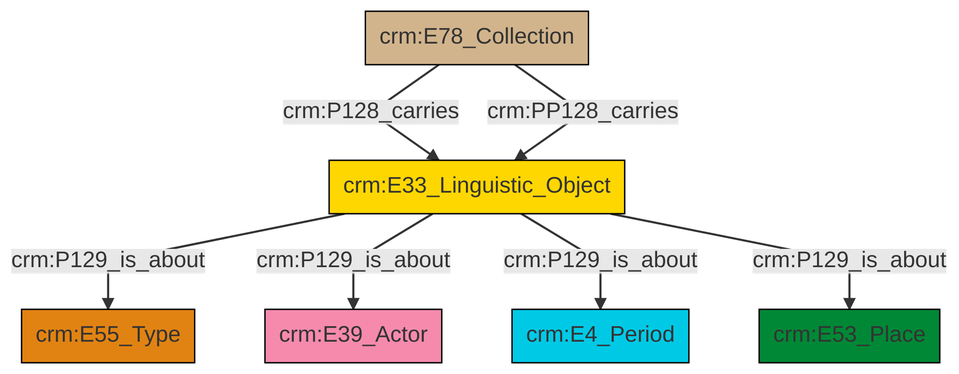
This is et/archivalCSV/ttl/mmd/png/archival_aboutness.png from swiss-art-research-net/docs.swissartresearch, a Mermaid export, as it was before one commit. Its source is kept beside it as et/archivalCSV/ttl/mmd/archival_aboutness.ttl.mmd.
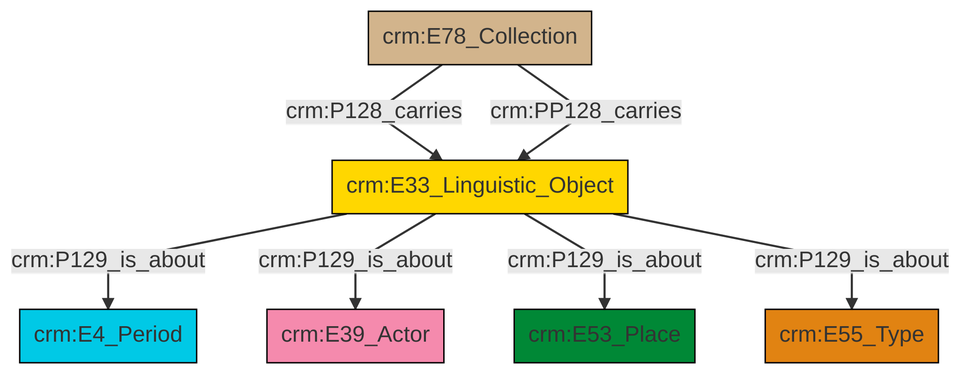
Later version of the same file.

Diff of the diagram source:
```diff
@@ -13,9 +13,9 @@
 classDef PC_Classes fill:#4ce600, stroke:#000000;
 classDef Multi fill:#cccccc,stroke:#000000;
 
-0["crm:E33_Linguistic_Object"]:::Conceptual_Object -->|crm:P129_is_about| 1["crm:E55_Type"]:::Type
+0["crm:E33_Linguistic_Object"]:::Conceptual_Object -->|crm:P129_is_about| 1["crm:E4_Period"]:::Temporal_Entity
+4["crm:E78_Collection"]:::Physical_Thing -->|crm:P128_carries| 0["crm:E33_Linguistic_Object"]:::Conceptual_Object
 0["crm:E33_Linguistic_Object"]:::Conceptual_Object -->|crm:P129_is_about| 2["crm:E39_Actor"]:::Actor
-0["crm:E33_Linguistic_Object"]:::Conceptual_Object -->|crm:P129_is_about| 3["crm:E4_Period"]:::Temporal_Entity
-8["crm:E78_Collection"]:::Physical_Thing -->|crm:P128_carries| 0["crm:E33_Linguistic_Object"]:::Conceptual_Object
-0["crm:E33_Linguistic_Object"]:::Conceptual_Object -->|crm:P129_is_about| 5["crm:E53_Place"]:::Place
-8["crm:E78_Collection"]:::Physical_Thing -->|crm:PP128_carries| 0["crm:E33_Linguistic_Object"]:::Conceptual_Object
+0["crm:E33_Linguistic_Object"]:::Conceptual_Object -->|crm:P129_is_about| 6["crm:E53_Place"]:::Place
+4["crm:E78_Collection"]:::Physical_Thing -->|crm:PP128_carries| 0["crm:E33_Linguistic_Object"]:::Conceptual_Object
+0["crm:E33_Linguistic_Object"]:::Conceptual_Object -->|crm:P129_is_about| 9["crm:E55_Type"]:::Type
```
